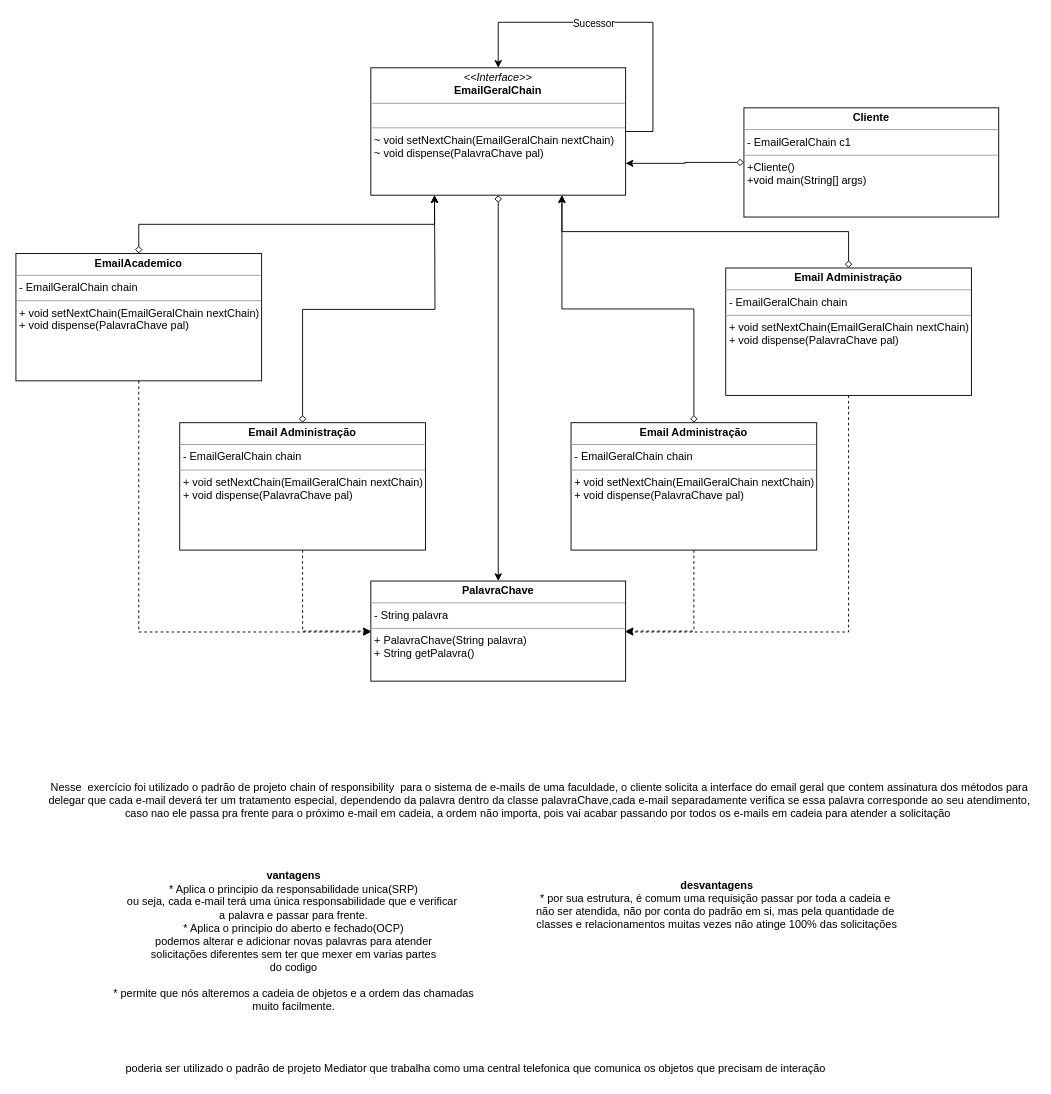
Before: page "1_E-mails" (1 of 4) of Arq_ADO_1.drawio in MatheusSantosDev/diagramas-UML, a draw.io diagram. Source tidied: cells renumbered, new cells numbered last; positions are measured from the earlier drawing's top-left corner, leaving out a move shared by most shapes. Both pictures are drawn from the tidied source at 91%, with x=0, y=0 at pixel (15, 22).
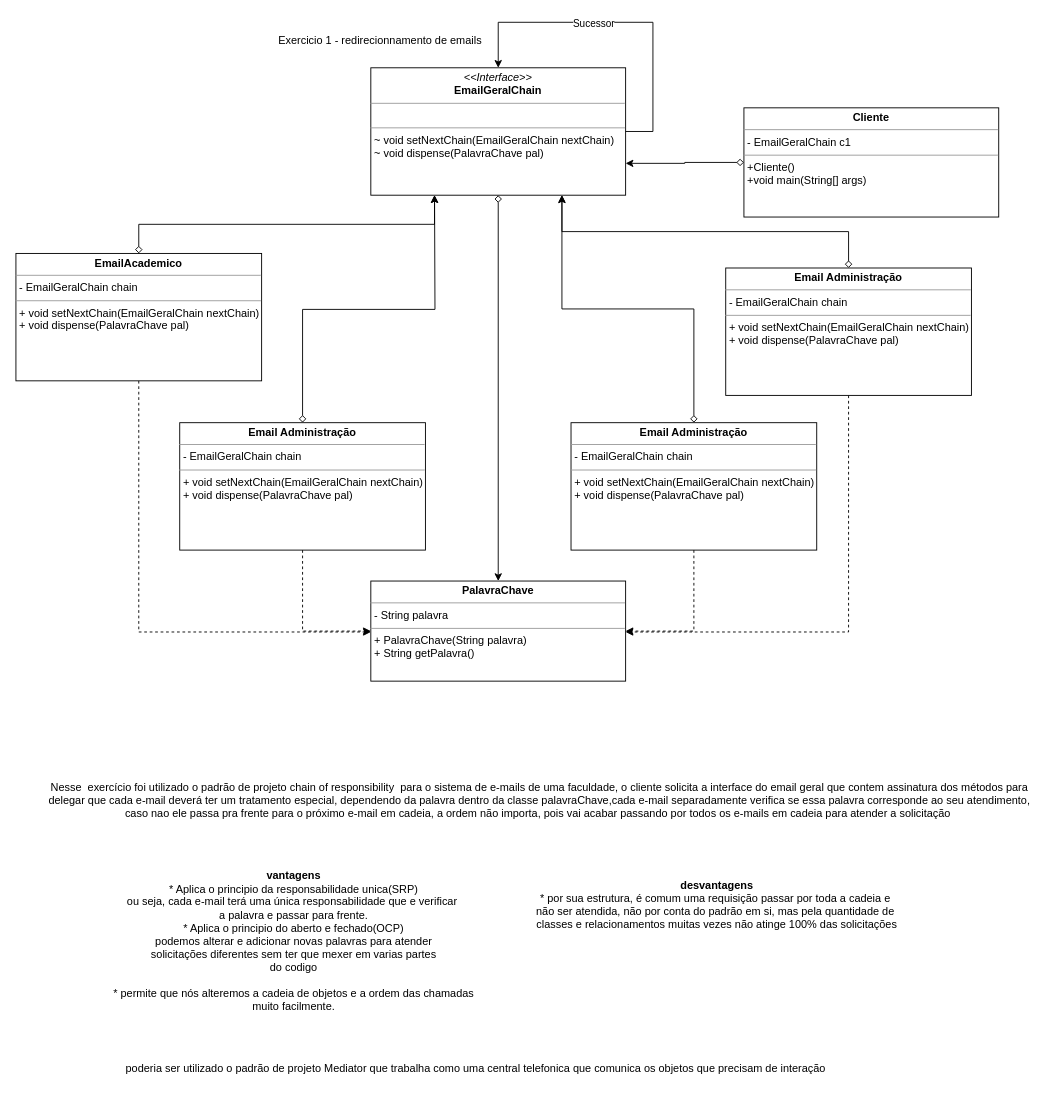
The same diagram, later.

Diff of the diagram source:
```diff
@@
+    <mxCell id="25" value="Exercicio 1 - redirecionnamento de emails" style="text;html=1;align=center;verticalAlign=middle;" parent="1" vertex="1">
+      <mxGeometry x="280" y="10" width="240" height="20" as="geometry" />
+    </mxCell>
```
